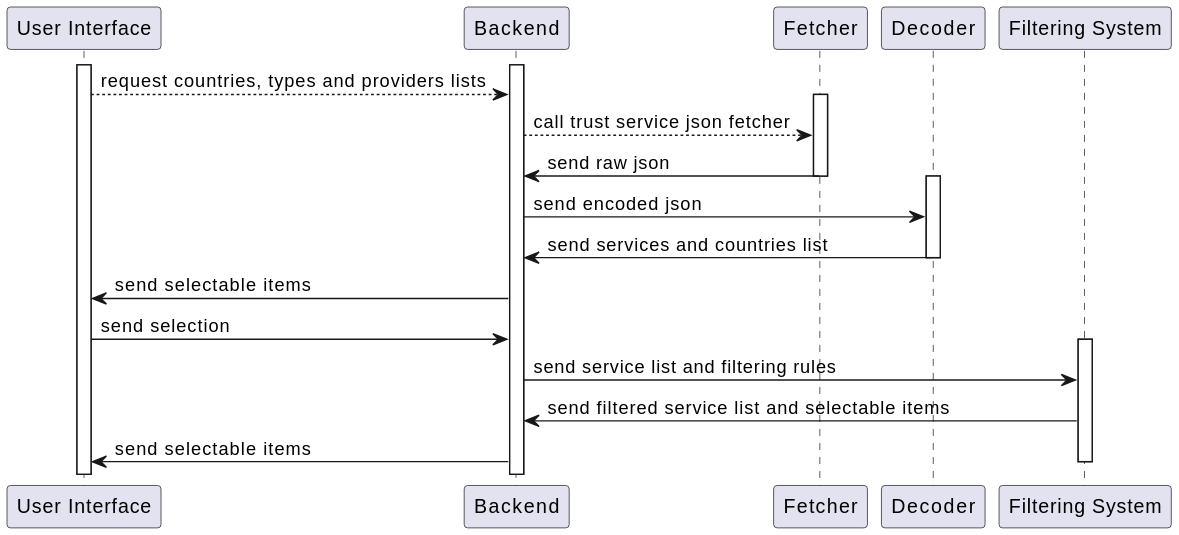
Earlier version of the PlantUML export documentation/behaviour/cross_subsytem/cross_subsystem_interaction.svg (Geostartico/Trusted-list-browser). The source it was exported from:
```plantuml
@startuml

activate "User Interface"
activate "Backend"
"User Interface" --> "Backend": request countries, types and providers lists
activate "Fetcher"
"Backend" --> "Fetcher": call trust service json fetcher
"Fetcher" -> "Backend": send raw json
deactivate "Fetcher"
activate "Decoder"
"Backend" -> "Decoder": send encoded json
"Decoder" -> "Backend": send services and countries list
deactivate "Decoder"

"Backend" -> "User Interface": send selectable items
"User Interface" -> "Backend": send selection
activate "Filtering System"
"Backend" -> "Filtering System": send service list and filtering rules
"Filtering System" -> "Backend": send filtered service list and selectable items
"Backend" -> "User Interface": send selectable items
deactivate "Filtering System"
@enduml
```
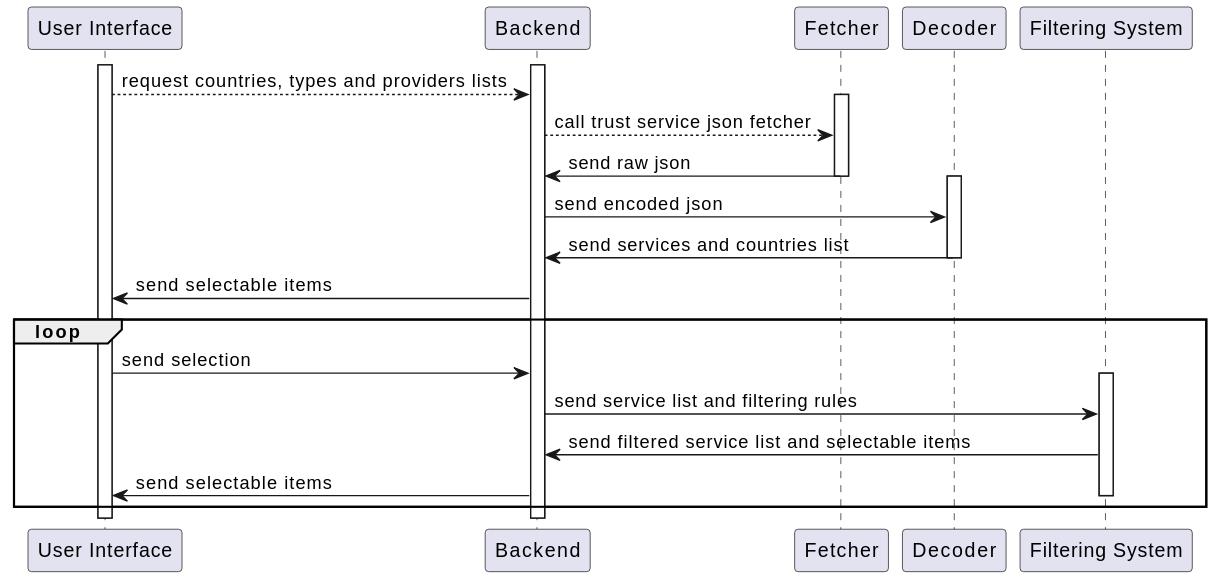
Above is the later version.

Commit message:
fixed cross_subsystem

Change to the diagram source:
```diff
@@ -11,12 +11,13 @@
 "Backend" -> "Decoder": send encoded json
 "Decoder" -> "Backend": send services and countries list
 deactivate "Decoder"
-
 "Backend" -> "User Interface": send selectable items
-"User Interface" -> "Backend": send selection
-activate "Filtering System"
-"Backend" -> "Filtering System": send service list and filtering rules
-"Filtering System" -> "Backend": send filtered service list and selectable items
-"Backend" -> "User Interface": send selectable items
-deactivate "Filtering System"
+loop
+  "User Interface" -> "Backend": send selection
+  activate "Filtering System"
+  "Backend" -> "Filtering System": send service list and filtering rules
+  "Filtering System" -> "Backend": send filtered service list and selectable items
+  "Backend" -> "User Interface": send selectable items
+  deactivate "Filtering System"
+end
 @enduml
```
